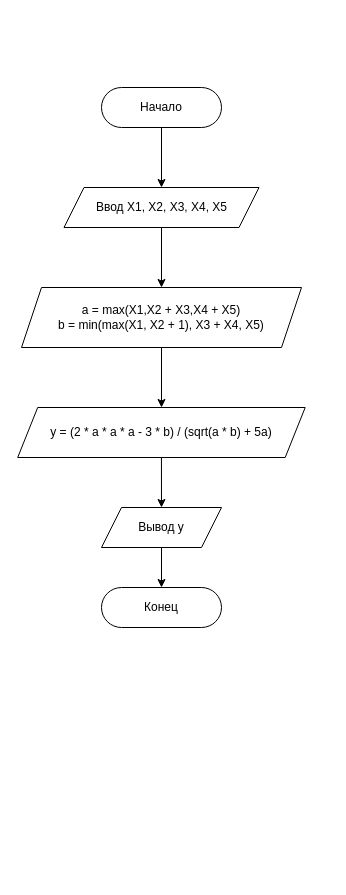
JustyDev/University keeps this draw.io diagram as Semester-2/Программирование (15)/Отчёты/2.2.drawio. Above is the earlier version. Source tidied: cells renumbered, new cells numbered last; positions are measured from the earlier drawing's top-left corner, leaving out a move shared by most shapes. Both pictures are drawn from the tidied source at 100%, with x=0, y=0 at pixel (17, 87).
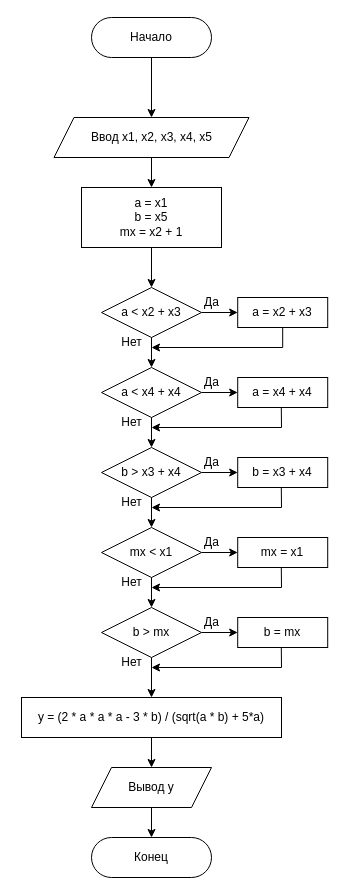
Above is the later version.

Diff of the diagram source:
```diff
@@
     <mxCell id="2" value="Начало" style="rounded=1;whiteSpace=wrap;html=1;arcSize=50;" parent="1" vertex="1">
-      <mxGeometry x="84" width="120" height="40" as="geometry" />
+      <mxGeometry x="74" y="-70" width="120" height="40" as="geometry" />
     </mxCell>
-    <mxCell id="3" style="endArrow=classic;html=1;rounded=0;" parent="1" edge="1">
-      <mxGeometry relative="1" as="geometry">
-        <mxPoint x="144" y="40" as="sourcePoint" />
-        <mxPoint x="144" y="100" as="targetPoint" />
-      </mxGeometry>
-    </mxCell>
-    <mxCell id="4" value="Ввод X1, X2, X3, X4, X5" style="shape=parallelogram;perimeter=parallelogramPerimeter;whiteSpace=wrap;html=1;fixedSize=1;" parent="1" vertex="1">
-      <mxGeometry x="46.5" y="100" width="195" height="40" as="geometry" />
-    </mxCell>
-    <mxCell id="5" style="endArrow=classic;html=1;rounded=0;exitX=0.5;exitY=1;exitDx=0;exitDy=0;" parent="1" edge="1" source="4">
-      <mxGeometry relative="1" as="geometry">
-        <mxPoint x="144" y="200" as="targetPoint" />
-      </mxGeometry>
-    </mxCell>
-    <mxCell id="6" value="a =&amp;nbsp;max(X1,X2 + X3,X4 + X5)&lt;div&gt;b = min(max(X1, X2 + 1), X3 + X4, X5)&lt;/div&gt;" style="shape=parallelogram;perimeter=parallelogramPerimeter;whiteSpace=wrap;html=1;fixedSize=1;" parent="1" vertex="1">
-      <mxGeometry x="4" y="200" width="280" height="60" as="geometry" />
-    </mxCell>
-    <mxCell id="7" value="y = (2 * a * a * a - 3 * b) / (sqrt(a * b) + 5a)" style="shape=parallelogram;perimeter=parallelogramPerimeter;whiteSpace=wrap;html=1;fixedSize=1;" parent="1" vertex="1">
-      <mxGeometry x="0.2" y="320" width="287.5" height="50" as="geometry" />
-    </mxCell>
-    <mxCell id="8" style="endArrow=classic;html=1;rounded=0;" parent="1" edge="1" source="6">
-      <mxGeometry relative="1" as="geometry">
-        <mxPoint x="144" y="320" as="targetPoint" />
-      </mxGeometry>
-    </mxCell>
-    <mxCell id="9" style="endArrow=classic;html=1;rounded=0;exitX=0.5;exitY=1;exitDx=0;exitDy=0;" parent="1" edge="1" source="7">
-      <mxGeometry relative="1" as="geometry">
-        <mxPoint x="144" y="420" as="targetPoint" />
-      </mxGeometry>
-    </mxCell>
+    <mxCell id="13" style="endArrow=classic;html=1;rounded=0;" parent="1" edge="1">
+      <mxGeometry relative="1" as="geometry">
+        <mxPoint x="134" y="-30" as="sourcePoint" />
+        <mxPoint x="134" y="30" as="targetPoint" />
+      </mxGeometry>
+    </mxCell>
+    <mxCell id="14" value="Ввод x1, x2, x3, x4, x5" style="shape=parallelogram;perimeter=parallelogramPerimeter;whiteSpace=wrap;html=1;fixedSize=1;" parent="1" vertex="1">
+      <mxGeometry x="36.5" y="30" width="195" height="40" as="geometry" />
+    </mxCell>
+    <mxCell id="15" style="endArrow=classic;html=1;rounded=0;exitX=1;exitY=0.5;exitDx=0;exitDy=0;entryX=0;entryY=0.5;entryDx=0;entryDy=0;" parent="1" edge="1" source="19" target="20">
+      <mxGeometry relative="1" as="geometry" />
+    </mxCell>
+    <mxCell id="16" style="endArrow=classic;html=1;rounded=0;exitX=0.5;exitY=1;exitDx=0;exitDy=0;" parent="1" edge="1" source="32" target="34">
+      <mxGeometry relative="1" as="geometry" />
+    </mxCell>
     <mxCell id="10" value="Вывод y" style="shape=parallelogram;perimeter=parallelogramPerimeter;whiteSpace=wrap;html=1;fixedSize=1;" parent="1" vertex="1">
-      <mxGeometry x="84" y="420" width="120" height="40" as="geometry" />
+      <mxGeometry x="74" y="680" width="120" height="40" as="geometry" />
     </mxCell>
     <mxCell id="11" value="Конец" style="rounded=1;whiteSpace=wrap;html=1;arcSize=50;" parent="1" vertex="1">
-      <mxGeometry x="84" y="500" width="120" height="40" as="geometry" />
+      <mxGeometry x="74" y="750" width="120" height="40" as="geometry" />
     </mxCell>
@@
+    <mxCell id="17" value="a = x1&lt;div&gt;b = x5&lt;/div&gt;&lt;div&gt;mx = x2 + 1&lt;/div&gt;" style="rounded=0;whiteSpace=wrap;html=1;" parent="1" vertex="1">
+      <mxGeometry x="64" y="100" width="140" height="60" as="geometry" />
+    </mxCell>
+    <mxCell id="18" style="endArrow=classic;html=1;rounded=0;exitX=0.5;exitY=1;exitDx=0;exitDy=0;entryX=0.5;entryY=0;entryDx=0;entryDy=0;" parent="1" edge="1" source="14" target="17">
+      <mxGeometry relative="1" as="geometry" />
+    </mxCell>
+    <mxCell id="19" value="a &amp;lt; x2 + x3" style="rhombus;whiteSpace=wrap;html=1;" parent="1" vertex="1">
+      <mxGeometry x="84" y="200" width="100" height="50" as="geometry" />
+    </mxCell>
+    <mxCell id="20" value="a = x2 + x3" style="rounded=0;whiteSpace=wrap;html=1;" parent="1" vertex="1">
+      <mxGeometry x="220.2" y="210" width="90" height="30" as="geometry" />
+    </mxCell>
+    <mxCell id="21" style="endArrow=classic;html=1;rounded=0;exitX=0.5;exitY=1;exitDx=0;exitDy=0;entryX=0.5;entryY=0;entryDx=0;entryDy=0;" parent="1" edge="1" source="17" target="19">
+      <mxGeometry relative="1" as="geometry" />
+    </mxCell>
+    <mxCell id="22" style="endArrow=classic;html=1;rounded=0;exitX=1;exitY=0.5;exitDx=0;exitDy=0;entryX=0;entryY=0.5;entryDx=0;entryDy=0;" parent="1" edge="1" source="23" target="24">
+      <mxGeometry relative="1" as="geometry" />
+    </mxCell>
+    <mxCell id="23" value="a &amp;lt; x4 + x4" style="rhombus;whiteSpace=wrap;html=1;" parent="1" vertex="1">
+      <mxGeometry x="84" y="280" width="100" height="50" as="geometry" />
+    </mxCell>
+    <mxCell id="24" value="a = x4 + x4" style="rounded=0;whiteSpace=wrap;html=1;" parent="1" vertex="1">
+      <mxGeometry x="220.2" y="290" width="90" height="30" as="geometry" />
+    </mxCell>
+    <mxCell id="25" style="endArrow=classic;html=1;rounded=0;exitX=1;exitY=0.5;exitDx=0;exitDy=0;entryX=0;entryY=0.5;entryDx=0;entryDy=0;" parent="1" edge="1" source="26" target="27">
+      <mxGeometry relative="1" as="geometry" />
+    </mxCell>
+    <mxCell id="26" value="b &amp;gt; x3 + x4" style="rhombus;whiteSpace=wrap;html=1;" parent="1" vertex="1">
+      <mxGeometry x="84" y="360" width="100" height="50" as="geometry" />
+    </mxCell>
+    <mxCell id="27" value="b = x3 + x4" style="rounded=0;whiteSpace=wrap;html=1;" parent="1" vertex="1">
+      <mxGeometry x="220.2" y="370" width="90" height="30" as="geometry" />
+    </mxCell>
+    <mxCell id="28" style="endArrow=classic;html=1;rounded=0;exitX=1;exitY=0.5;exitDx=0;exitDy=0;entryX=0;entryY=0.5;entryDx=0;entryDy=0;" parent="1" edge="1" source="29" target="30">
+      <mxGeometry relative="1" as="geometry" />
+    </mxCell>
+    <mxCell id="29" value="mx &amp;lt; x1" style="rhombus;whiteSpace=wrap;html=1;" parent="1" vertex="1">
+      <mxGeometry x="84" y="440" width="100" height="50" as="geometry" />
+    </mxCell>
+    <mxCell id="30" value="mx = x1" style="rounded=0;whiteSpace=wrap;html=1;" parent="1" vertex="1">
+      <mxGeometry x="220.2" y="450" width="90" height="30" as="geometry" />
+    </mxCell>
+    <mxCell id="31" style="endArrow=classic;html=1;rounded=0;exitX=1;exitY=0.5;exitDx=0;exitDy=0;entryX=0;entryY=0.5;entryDx=0;entryDy=0;" parent="1" edge="1" source="32" target="33">
+      <mxGeometry relative="1" as="geometry" />
+    </mxCell>
+    <mxCell id="32" value="b &amp;gt; mx" style="rhombus;whiteSpace=wrap;html=1;" parent="1" vertex="1">
+      <mxGeometry x="84" y="520" width="100" height="50" as="geometry" />
+    </mxCell>
+    <mxCell id="33" value="b = mx" style="rounded=0;whiteSpace=wrap;html=1;" parent="1" vertex="1">
+      <mxGeometry x="220.2" y="530" width="90" height="30" as="geometry" />
+    </mxCell>
+    <mxCell id="34" value="y = (2 * a * a * a - 3 * b) / (sqrt(a * b) + 5*a)" style="rounded=0;whiteSpace=wrap;html=1;" parent="1" vertex="1">
+      <mxGeometry x="4" y="610" width="260" height="40" as="geometry" />
+    </mxCell>
+    <mxCell id="35" style="endArrow=classic;html=1;rounded=0;exitX=0.5;exitY=1;exitDx=0;exitDy=0;entryX=0.5;entryY=0;entryDx=0;entryDy=0;" parent="1" edge="1" source="34" target="10">
+      <mxGeometry relative="1" as="geometry" />
+    </mxCell>
+    <mxCell id="36" style="endArrow=classic;html=1;rounded=0;exitX=0.5;exitY=1;exitDx=0;exitDy=0;" parent="1" edge="1" source="19" target="23">
+      <mxGeometry relative="1" as="geometry" />
+    </mxCell>
+    <mxCell id="37" style="endArrow=classic;html=1;rounded=0;exitX=0.5;exitY=1;exitDx=0;exitDy=0;entryX=0.5;entryY=0;entryDx=0;entryDy=0;" parent="1" edge="1" source="23" target="26">
+      <mxGeometry relative="1" as="geometry" />
+    </mxCell>
+    <mxCell id="38" style="endArrow=classic;html=1;rounded=0;exitX=0.5;exitY=1;exitDx=0;exitDy=0;entryX=0.5;entryY=0;entryDx=0;entryDy=0;" parent="1" edge="1" source="26" target="29">
+      <mxGeometry relative="1" as="geometry" />
+    </mxCell>
+    <mxCell id="39" style="endArrow=classic;html=1;rounded=0;exitX=0.5;exitY=1;exitDx=0;exitDy=0;entryX=0.5;entryY=0;entryDx=0;entryDy=0;" parent="1" edge="1" source="29" target="32">
+      <mxGeometry relative="1" as="geometry" />
+    </mxCell>
+    <mxCell id="40" style="endArrow=classic;html=1;rounded=0;exitX=0.5;exitY=1;exitDx=0;exitDy=0;" parent="1" edge="1" source="20">
+      <mxGeometry relative="1" as="geometry">
+        <mxPoint x="134" y="260" as="targetPoint" />
+        <Array as="points">
+          <mxPoint x="265.2" y="260" />
+        </Array>
+      </mxGeometry>
+    </mxCell>
+    <mxCell id="41" style="endArrow=classic;html=1;rounded=0;exitX=0.5;exitY=1;exitDx=0;exitDy=0;" parent="1" edge="1">
+      <mxGeometry relative="1" as="geometry">
+        <mxPoint x="263.8" y="320" as="sourcePoint" />
+        <mxPoint x="134" y="340" as="targetPoint" />
+        <Array as="points">
+          <mxPoint x="264" y="340" />
+        </Array>
+      </mxGeometry>
+    </mxCell>
+    <mxCell id="42" style="endArrow=classic;html=1;rounded=0;exitX=0.5;exitY=1;exitDx=0;exitDy=0;" parent="1" edge="1">
+      <mxGeometry relative="1" as="geometry">
+        <mxPoint x="263.8" y="400" as="sourcePoint" />
+        <mxPoint x="134" y="420" as="targetPoint" />
+        <Array as="points">
+          <mxPoint x="264" y="420" />
+        </Array>
+      </mxGeometry>
+    </mxCell>
+    <mxCell id="43" style="endArrow=classic;html=1;rounded=0;exitX=0.5;exitY=1;exitDx=0;exitDy=0;" parent="1" edge="1">
+      <mxGeometry relative="1" as="geometry">
+        <mxPoint x="263.8" y="480" as="sourcePoint" />
+        <mxPoint x="134" y="500" as="targetPoint" />
+        <Array as="points">
+          <mxPoint x="264" y="500" />
+        </Array>
+      </mxGeometry>
+    </mxCell>
+    <mxCell id="44" style="endArrow=classic;html=1;rounded=0;exitX=0.5;exitY=1;exitDx=0;exitDy=0;" parent="1" edge="1">
+      <mxGeometry relative="1" as="geometry">
+        <mxPoint x="263.8" y="560" as="sourcePoint" />
+        <mxPoint x="134" y="580" as="targetPoint" />
+        <Array as="points">
+          <mxPoint x="264" y="580" />
+        </Array>
+      </mxGeometry>
+    </mxCell>
+    <mxCell id="45" value="Да" style="text;html=1;align=center;verticalAlign=middle;strokeColor=none;fillColor=none;" parent="1" vertex="1">
+      <mxGeometry x="174" y="200" width="40" height="30" as="geometry" />
+    </mxCell>
+    <mxCell id="46" value="Да" style="text;html=1;align=center;verticalAlign=middle;strokeColor=none;fillColor=none;" parent="1" vertex="1">
+      <mxGeometry x="174" y="280" width="40" height="30" as="geometry" />
+    </mxCell>
+    <mxCell id="47" value="Да" style="text;html=1;align=center;verticalAlign=middle;strokeColor=none;fillColor=none;" parent="1" vertex="1">
+      <mxGeometry x="174" y="360" width="40" height="30" as="geometry" />
+    </mxCell>
+    <mxCell id="48" value="Да" style="text;html=1;align=center;verticalAlign=middle;strokeColor=none;fillColor=none;" parent="1" vertex="1">
+      <mxGeometry x="174" y="440" width="40" height="30" as="geometry" />
+    </mxCell>
+    <mxCell id="49" value="Да" style="text;html=1;align=center;verticalAlign=middle;strokeColor=none;fillColor=none;" parent="1" vertex="1">
+      <mxGeometry x="174" y="520" width="40" height="30" as="geometry" />
+    </mxCell>
+    <mxCell id="50" value="Нет" style="text;html=1;align=center;verticalAlign=middle;strokeColor=none;fillColor=none;" parent="1" vertex="1">
+      <mxGeometry x="94" y="240" width="40" height="30" as="geometry" />
+    </mxCell>
+    <mxCell id="51" value="Нет" style="text;html=1;align=center;verticalAlign=middle;strokeColor=none;fillColor=none;" parent="1" vertex="1">
+      <mxGeometry x="94" y="320" width="40" height="30" as="geometry" />
+    </mxCell>
+    <mxCell id="52" value="Нет" style="text;html=1;align=center;verticalAlign=middle;strokeColor=none;fillColor=none;" parent="1" vertex="1">
+      <mxGeometry x="94" y="400" width="40" height="30" as="geometry" />
+    </mxCell>
+    <mxCell id="53" value="Нет" style="text;html=1;align=center;verticalAlign=middle;strokeColor=none;fillColor=none;" parent="1" vertex="1">
+      <mxGeometry x="94" y="480" width="40" height="30" as="geometry" />
+    </mxCell>
+    <mxCell id="54" value="Нет" style="text;html=1;align=center;verticalAlign=middle;strokeColor=none;fillColor=none;" parent="1" vertex="1">
+      <mxGeometry x="94" y="560" width="40" height="30" as="geometry" />
+    </mxCell>
```
